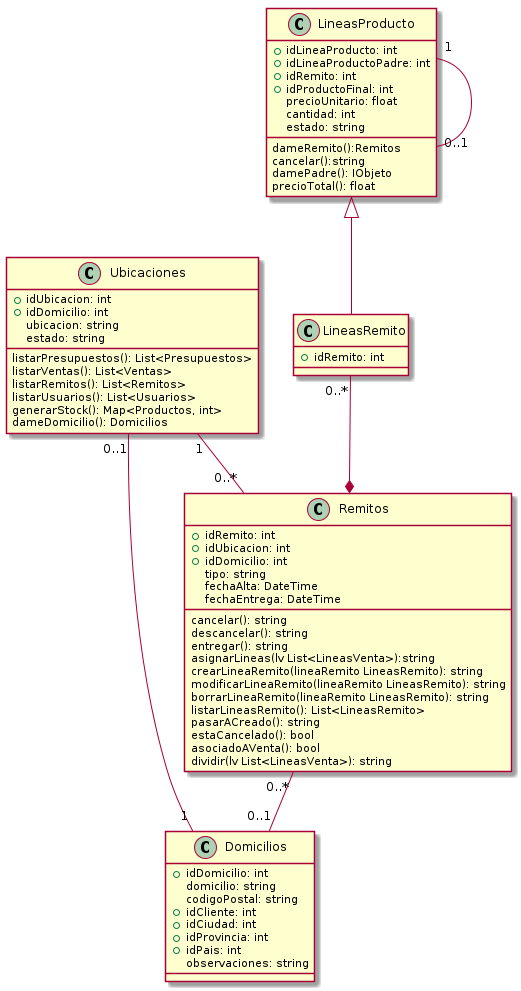
Above: Informe Final/Imagenes/DiagramaClases/Vistas/vistaEntregas.png in ZMGestion/DocumentacionZMGestion (PlantUML), before the change.
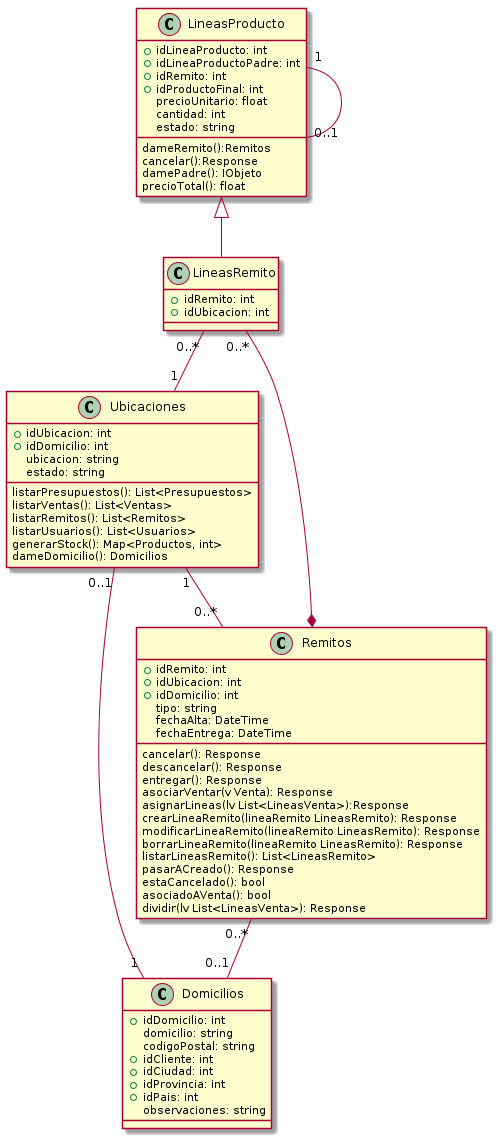
Later version of the same file.

What changed in the source:
```diff
@@ -34,12 +34,13 @@
     estado: string
 
     dameRemito():Remitos
-    cancelar():string
+    cancelar():Response
     damePadre(): IObjeto
     precioTotal(): float
 }
 class LineasRemito{
     +idRemito: int
+    +idUbicacion: int
 
 }
 class Remitos{
@@ -50,23 +51,25 @@
     fechaAlta: DateTime
     fechaEntrega: DateTime
 
-    cancelar(): string
-    descancelar(): string
-    entregar(): string
-    asignarLineas(lv List<LineasVenta>):string
-    crearLineaRemito(lineaRemito LineasRemito): string
-    modificarLineaRemito(lineaRemito LineasRemito): string
-    borrarLineaRemito(lineaRemito LineasRemito): string
+    cancelar(): Response
+    descancelar(): Response
+    entregar(): Response
+    asociarVentar(v Venta): Response
+    asignarLineas(lv List<LineasVenta>):Response
+    crearLineaRemito(lineaRemito LineasRemito): Response
+    modificarLineaRemito(lineaRemito LineasRemito): Response
+    borrarLineaRemito(lineaRemito LineasRemito): Response
     listarLineasRemito(): List<LineasRemito>
-    pasarACreado(): string
+    pasarACreado(): Response
     estaCancelado(): bool
     asociadoAVenta(): bool
-    dividir(lv List<LineasVenta>): string
+    dividir(lv List<LineasVenta>): Response
 }
 
 LineasProducto "1" -- "0..1" LineasProducto
 LineasProducto <|-- LineasRemito
 LineasRemito "0..*"--* Remitos
+LineasRemito "0..*" -- "1" Ubicaciones
 Ubicaciones "0..1"--"1" Domicilios
 Remitos "0..*"--"0..1" Domicilios
 Ubicaciones "1"--"0..*" Remitos
```
